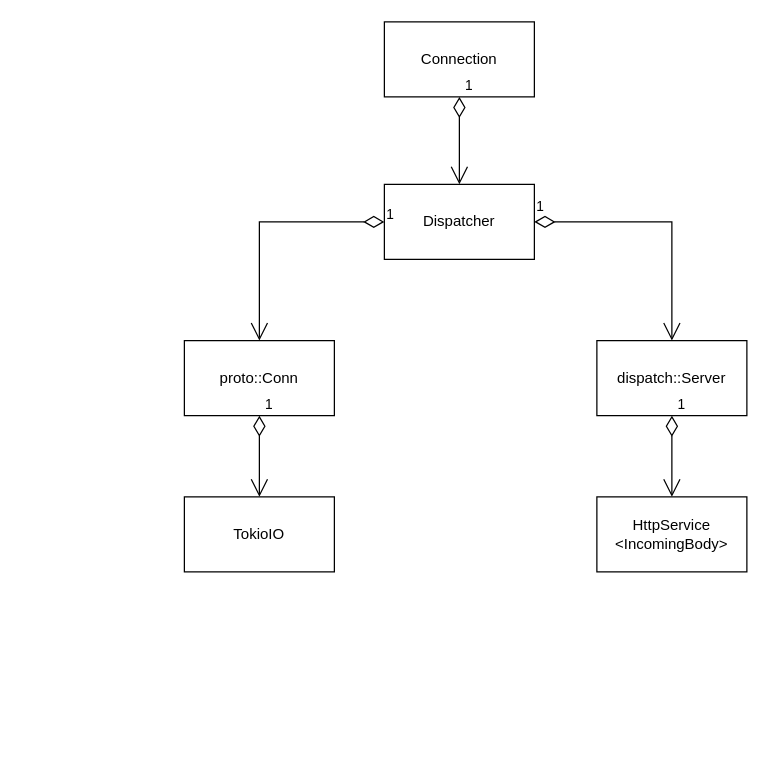
The draw.io diagram hyper.drawio in MengJie/design, before the edit. Source tidied: cells renumbered, new cells numbered last; positions are measured from the earlier drawing's top-left corner, leaving out a move shared by most shapes. Both pictures are drawn from the tidied source at 125%, with x=0, y=0 at pixel (184, 21).
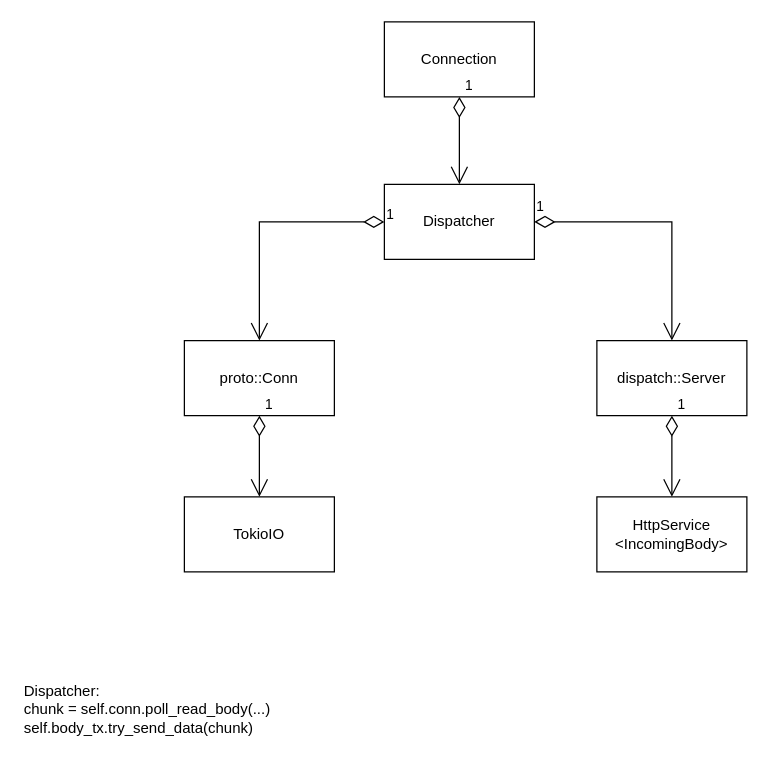
The same diagram, later.

The edit, as a diff of the source:
```diff
@@
 <mxGraphModel>
   <root>
     <mxCell id="0" />
     <mxCell id="1" parent="0" />
     <mxCell id="2" value="Connection" style="rounded=0;whiteSpace=wrap;html=1;" parent="1" vertex="1">
       <mxGeometry x="160" width="120" height="60" as="geometry" />
     </mxCell>
     <mxCell id="3" value="1" style="endArrow=open;html=1;endSize=12;startArrow=diamondThin;startSize=14;startFill=0;edgeStyle=orthogonalEdgeStyle;align=left;verticalAlign=bottom;rounded=0;exitX=0.5;exitY=1;exitDx=0;exitDy=0;entryX=0.5;entryY=0;entryDx=0;entryDy=0;" parent="1" edge="1" source="2" target="4">
       <mxGeometry x="-1" y="3" relative="1" as="geometry" />
     </mxCell>
     <mxCell id="4" value="Dispatcher" style="rounded=0;whiteSpace=wrap;html=1;" parent="1" vertex="1">
       <mxGeometry x="160" y="130" width="120" height="60" as="geometry" />
     </mxCell>
     <mxCell id="5" value="proto::Conn" style="rounded=0;whiteSpace=wrap;html=1;" parent="1" vertex="1">
       <mxGeometry y="255" width="120" height="60" as="geometry" />
     </mxCell>
     <mxCell id="6" value="1" style="endArrow=open;html=1;endSize=12;startArrow=diamondThin;startSize=14;startFill=0;edgeStyle=orthogonalEdgeStyle;align=left;verticalAlign=bottom;rounded=0;exitX=0;exitY=0.5;exitDx=0;exitDy=0;" parent="1" edge="1" source="4" target="5">
       <mxGeometry x="-1" y="3" relative="1" as="geometry" />
     </mxCell>
     <mxCell id="7" value="TokioIO" style="rounded=0;whiteSpace=wrap;html=1;" parent="1" vertex="1">
       <mxGeometry y="380" width="120" height="60" as="geometry" />
     </mxCell>
     <mxCell id="8" value="1" style="endArrow=open;html=1;endSize=12;startArrow=diamondThin;startSize=14;startFill=0;edgeStyle=orthogonalEdgeStyle;align=left;verticalAlign=bottom;rounded=0;exitX=0.5;exitY=1;exitDx=0;exitDy=0;" parent="1" edge="1" source="5" target="7">
       <mxGeometry x="-1" y="3" relative="1" as="geometry" />
     </mxCell>
     <mxCell id="9" value="dispatch::Server" style="rounded=0;whiteSpace=wrap;html=1;" parent="1" vertex="1">
       <mxGeometry x="330" y="255" width="120" height="60" as="geometry" />
     </mxCell>
     <mxCell id="10" value="1" style="endArrow=open;html=1;endSize=12;startArrow=diamondThin;startSize=14;startFill=0;edgeStyle=orthogonalEdgeStyle;align=left;verticalAlign=bottom;rounded=0;exitX=1;exitY=0.5;exitDx=0;exitDy=0;entryX=0.5;entryY=0;entryDx=0;entryDy=0;" parent="1" edge="1" source="4" target="9">
       <mxGeometry x="-1" y="3" relative="1" as="geometry" />
     </mxCell>
     <mxCell id="11" value="HttpService&lt;br&gt;&amp;lt;IncomingBody&amp;gt;" style="rounded=0;whiteSpace=wrap;html=1;" parent="1" vertex="1">
       <mxGeometry x="330" y="380" width="120" height="60" as="geometry" />
     </mxCell>
     <mxCell id="12" value="1" style="endArrow=open;html=1;endSize=12;startArrow=diamondThin;startSize=14;startFill=0;edgeStyle=orthogonalEdgeStyle;align=left;verticalAlign=bottom;rounded=0;exitX=0.5;exitY=1;exitDx=0;exitDy=0;" parent="1" edge="1" source="9">
       <mxGeometry x="-1" y="3" relative="1" as="geometry">
         <mxPoint x="390" y="380" as="targetPoint" />
       </mxGeometry>
     </mxCell>
+    <mxCell id="13" value="Dispatcher:&lt;br&gt;chunk = self.conn.poll_read_body(...)&lt;br&gt;self.body_tx.try_send_data(chunk)" style="text;html=1;align=left;verticalAlign=middle;strokeColor=none;fillColor=none;" parent="1" vertex="1">
+      <mxGeometry x="-130" y="520" width="220" height="60" as="geometry" />
+    </mxCell>
   </root>
 </mxGraphModel>
```
